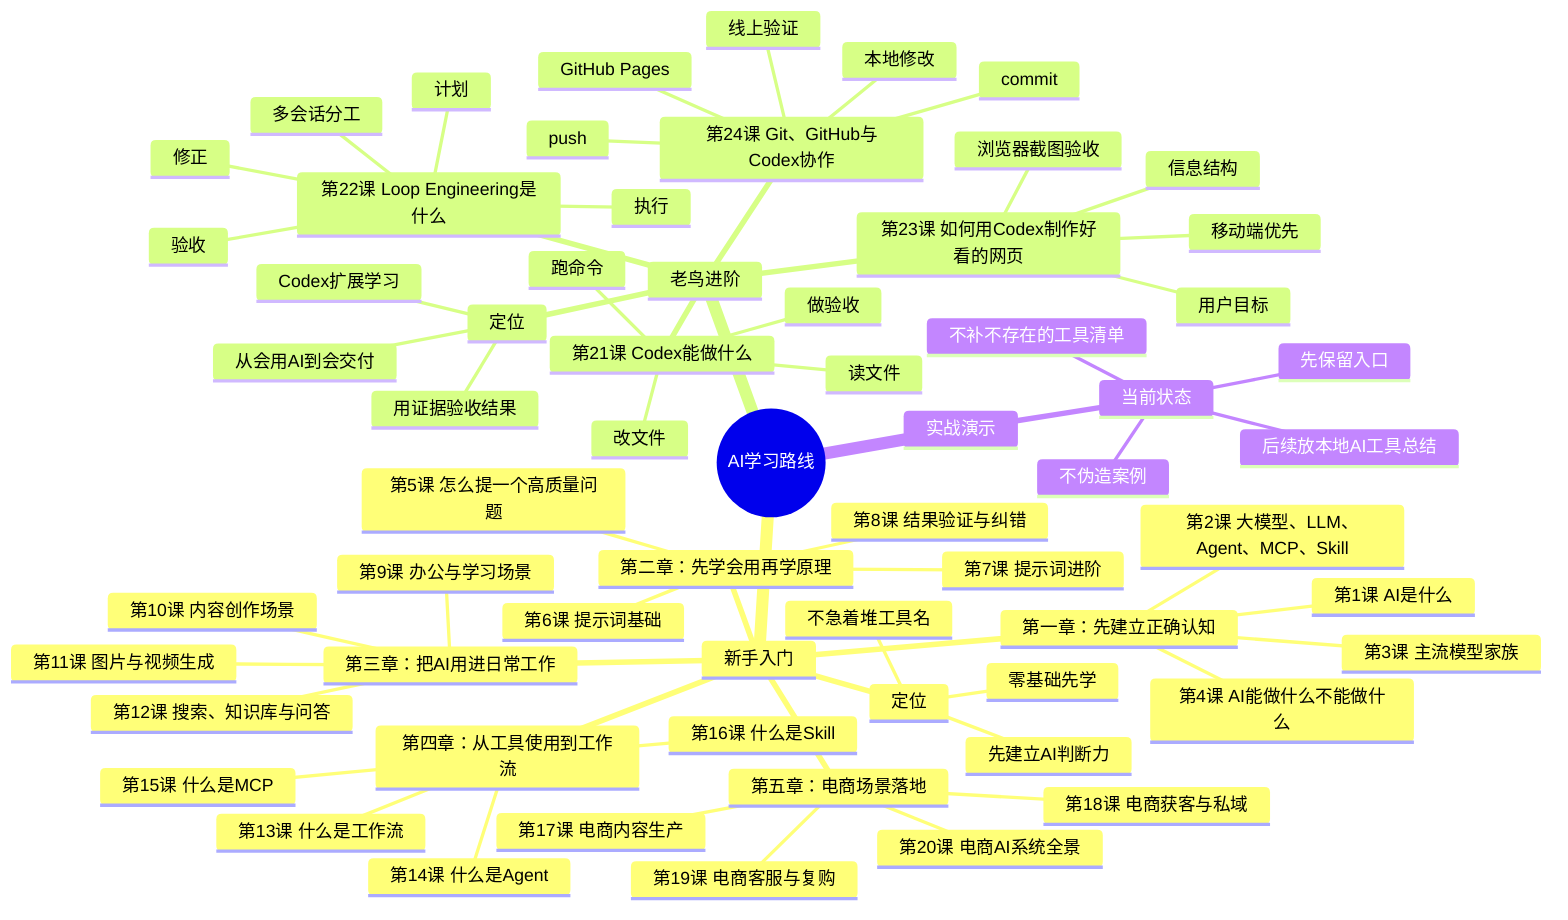
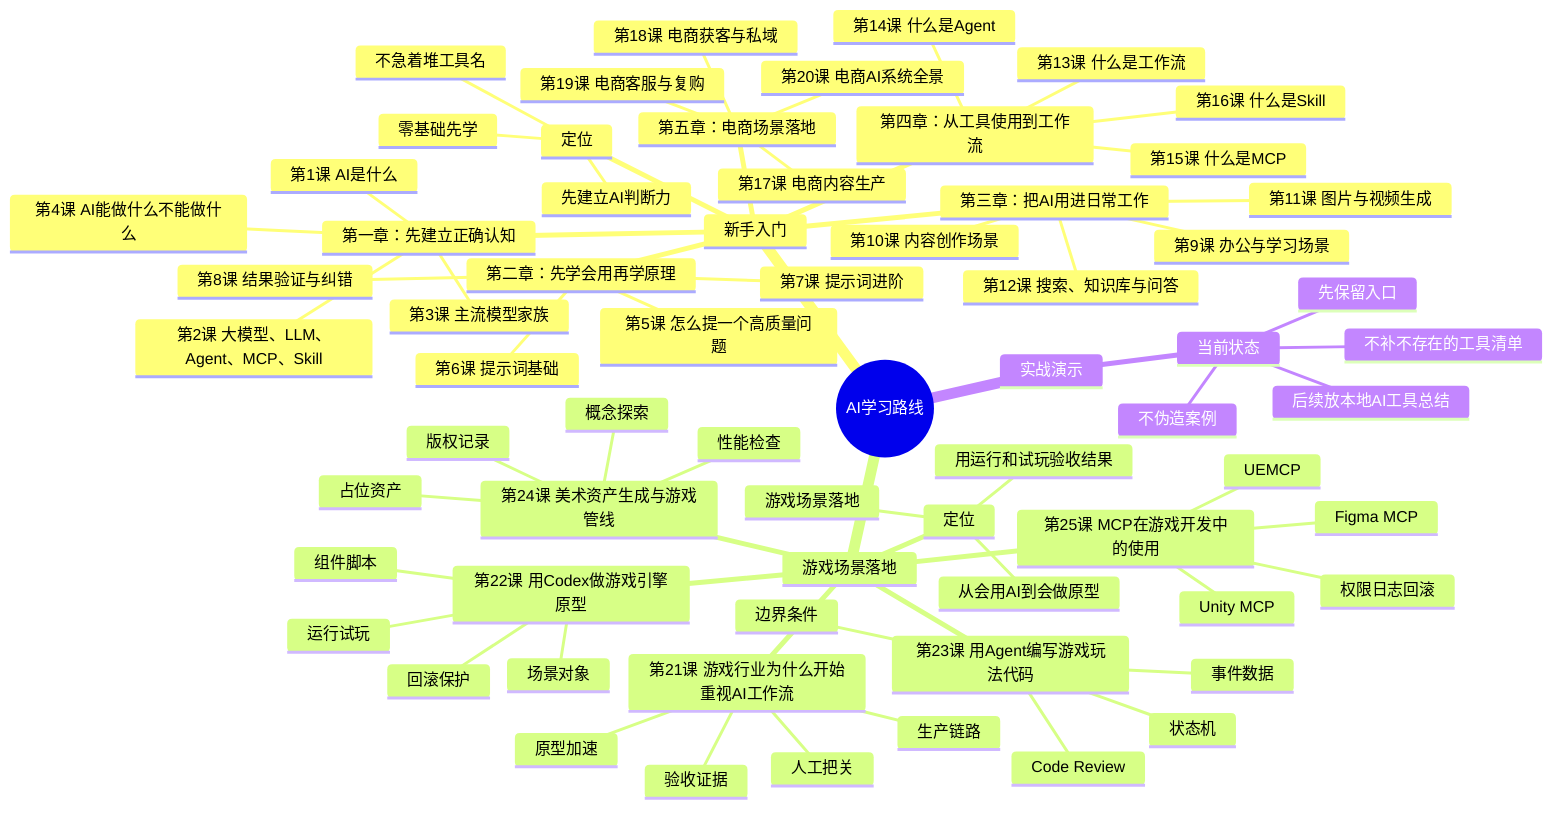
mindmap
  root((AI学习路线))
    新手入门
      定位
        零基础先学
        先建立AI判断力
        不急着堆工具名
      第一章：先建立正确认知
        第1课 AI是什么
        第2课 大模型、LLM、Agent、MCP、Skill
        第3课 主流模型家族
        第4课 AI能做什么不能做什么
      第二章：先学会用再学原理
        第5课 怎么提一个高质量问题
        第6课 提示词基础
        第7课 提示词进阶
        第8课 结果验证与纠错
      第三章：把AI用进日常工作
        第9课 办公与学习场景
        第10课 内容创作场景
        第11课 图片与视频生成
        第12课 搜索、知识库与问答
      第四章：从工具使用到工作流
        第13课 什么是工作流
        第14课 什么是Agent
        第15课 什么是MCP
        第16课 什么是Skill
      第五章：电商场景落地
        第17课 电商内容生产
        第18课 电商获客与私域
        第19课 电商客服与复购
        第20课 电商AI系统全景
-     老鸟进阶
+     游戏场景落地
      定位
-         Codex扩展学习
-         从会用AI到会交付
-         用证据验收结果
-       第21课 Codex能做什么
-         读文件
-         改文件
-         跑命令
-         做验收
-       第22课 Loop Engineering是什么
-         计划
-         执行
-         验收
-         修正
-         多会话分工
-       第23课 如何用Codex制作好看的网页
-         用户目标
-         信息结构
-         移动端优先
-         浏览器截图验收
-       第24课 Git、GitHub与Codex协作
-         本地修改
-         commit
-         push
-         GitHub Pages
-         线上验证
+         游戏场景落地
+         从会用AI到会做原型
+         用运行和试玩验收结果
+       第21课 游戏行业为什么开始重视AI工作流
+         生产链路
+         原型加速
+         人工把关
+         验收证据
+       第22课 用Codex做游戏引擎原型
+         场景对象
+         组件脚本
+         运行试玩
+         回滚保护
+       第23课 用Agent编写游戏玩法代码
+         状态机
+         事件数据
+         边界条件
+         Code Review
+       第24课 美术资产生成与游戏管线
+         概念探索
+         占位资产
+         版权记录
+         性能检查
+       第25课 MCP在游戏开发中的使用
+         Figma MCP
+         Unity MCP
+         UEMCP
+         权限日志回滚
    实战演示
      当前状态
        先保留入口
        后续放本地AI工具总结
        不伪造案例
        不补不存在的工具清单
